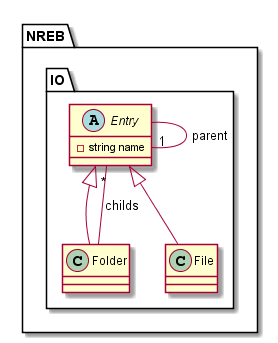
AbelDoc/NRE-Builder keeps this PlantUML diagram as uml/Builder.png. Above is the earlier version. Source of this version:
```plantuml
@startuml
    package NREB {
        package IO {
            abstract Entry {
                - string name
            }
            class Folder {
            }
            class File {
            }
            Entry -- "1" Entry : parent
            Folder -up-|> Entry
            Folder -- "*" Entry : childs
            File -up-|> Entry
        }
    }
@enduml
```
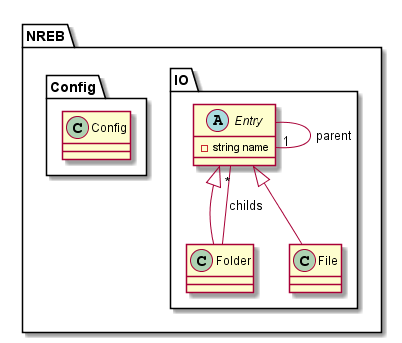
After the change.

What changed in the source:
```diff
@@ -13,5 +13,9 @@
             Folder -- "*" Entry : childs
             File -up-|> Entry
         }
+        package Config {
+            class Config {
+            }
+        }
     }
 @enduml
```
